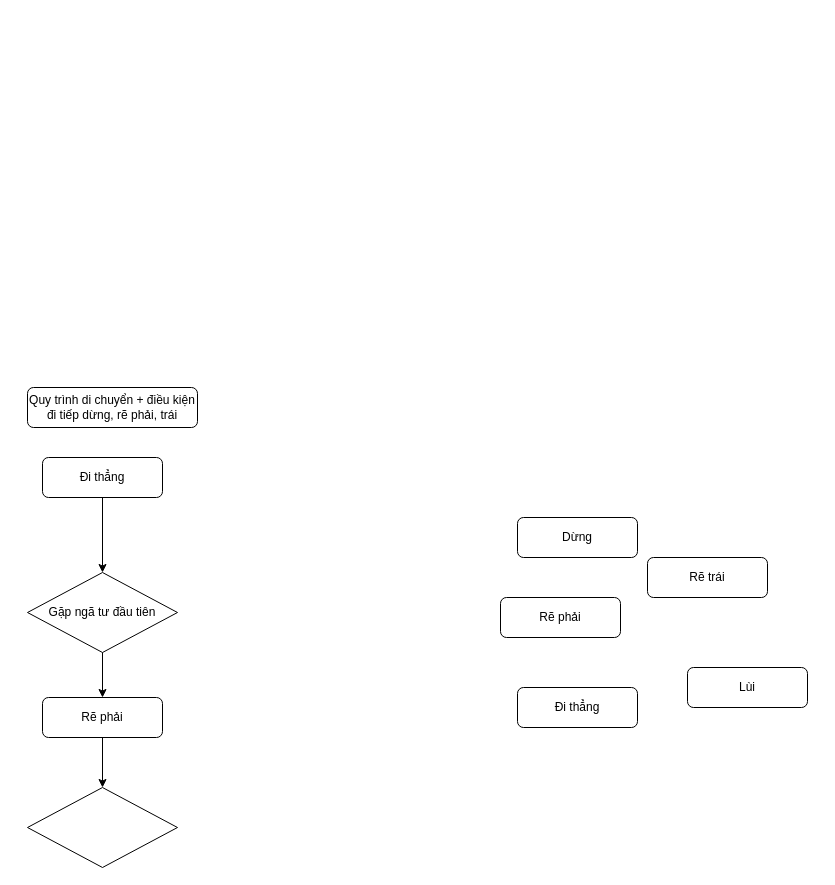
Above: VSAR.drawio in huyca0403/Tran-Duc-Huy (draw.io), before the change. Source tidied: cells renumbered, new cells numbered last; positions are measured from the earlier drawing's top-left corner, leaving out a move shared by most shapes. Both pictures are drawn from the tidied source at 100%, with x=0, y=0 at pixel (27, 387).
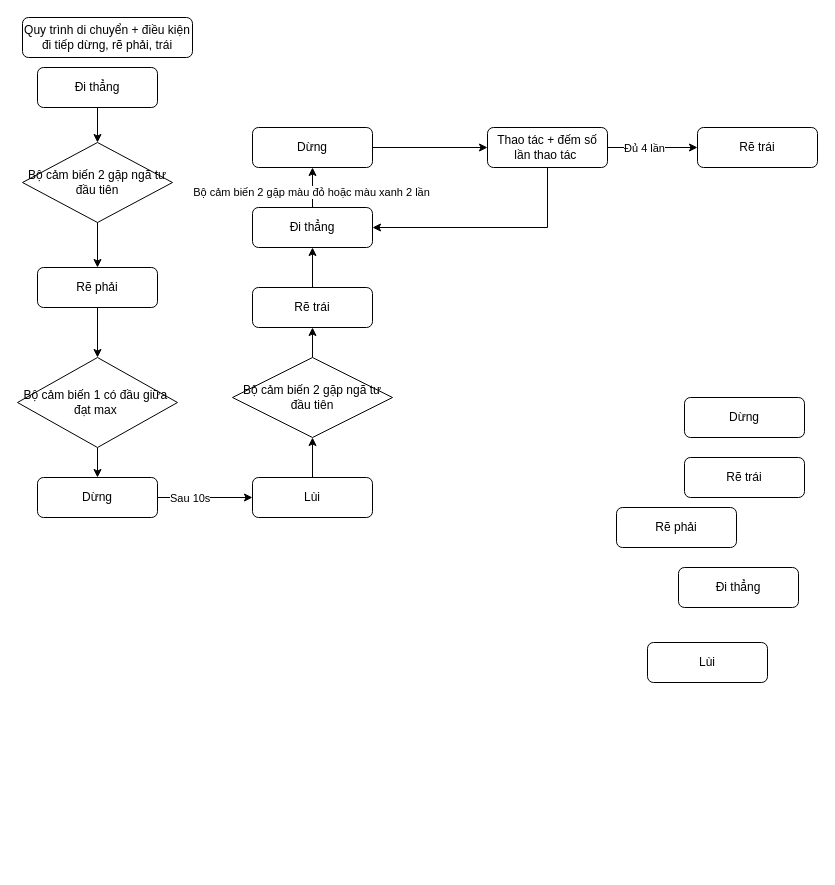
The same page after the edit.

Commit message (it also covers changes not shown here):
Cập nhật VSAR.drawio

Change to the diagram source:
```diff
@@
     <mxCell id="2" value="Quy trình di chuyển + điều kiện đi tiếp dừng, rẽ phải, trái" style="rounded=1;whiteSpace=wrap;html=1;" parent="1" vertex="1">
-      <mxGeometry width="170" height="40" as="geometry" />
+      <mxGeometry x="-5" y="-370" width="170" height="40" as="geometry" />
     </mxCell>
     <mxCell id="3" value="Đi thẳng" style="rounded=1;whiteSpace=wrap;html=1;" parent="1" vertex="1">
-      <mxGeometry x="490" y="300" width="120" height="40" as="geometry" />
+      <mxGeometry x="651" y="180" width="120" height="40" as="geometry" />
     </mxCell>
     <mxCell id="4" value="Rẽ phải" style="rounded=1;whiteSpace=wrap;html=1;" parent="1" vertex="1">
-      <mxGeometry x="473" y="210" width="120" height="40" as="geometry" />
+      <mxGeometry x="589" y="120" width="120" height="40" as="geometry" />
     </mxCell>
     <mxCell id="5" value="Rẽ trái" style="rounded=1;whiteSpace=wrap;html=1;" parent="1" vertex="1">
-      <mxGeometry x="620" y="170" width="120" height="40" as="geometry" />
+      <mxGeometry x="657" y="70" width="120" height="40" as="geometry" />
     </mxCell>
     <mxCell id="6" value="Lùi" style="rounded=1;whiteSpace=wrap;html=1;" parent="1" vertex="1">
-      <mxGeometry x="660" y="280" width="120" height="40" as="geometry" />
+      <mxGeometry x="620" y="255" width="120" height="40" as="geometry" />
     </mxCell>
+    <mxCell id="15" style="edgeStyle=orthogonalEdgeStyle;rounded=0;jettySize=auto;html=1;" parent="1" edge="1" source="7" target="32">
+      <mxGeometry relative="1" as="geometry" />
+    </mxCell>
     <mxCell id="7" value="Dừng" style="rounded=1;whiteSpace=wrap;html=1;" parent="1" vertex="1">
-      <mxGeometry x="490" y="130" width="120" height="40" as="geometry" />
+      <mxGeometry x="225" y="-260" width="120" height="40" as="geometry" />
     </mxCell>
     <mxCell id="8" value="Đi thẳng" style="rounded=1;whiteSpace=wrap;html=1;" parent="1" vertex="1">
-      <mxGeometry x="15" y="70" width="120" height="40" as="geometry" />
+      <mxGeometry x="10" y="-320" width="120" height="40" as="geometry" />
     </mxCell>
-    <mxCell id="9" value="Gặp ngã tư đầu tiên" style="rhombus;whiteSpace=wrap;html=1;" parent="1" vertex="1">
-      <mxGeometry y="185" width="150" height="80" as="geometry" />
+    <mxCell id="9" value="Bộ cảm biến 2 gặp ngã tư đầu tiên" style="rhombus;whiteSpace=wrap;html=1;" parent="1" vertex="1">
+      <mxGeometry x="-5" y="-245" width="150" height="80" as="geometry" />
     </mxCell>
@@
     <mxCell id="11" value="Rẽ phải" style="rounded=1;whiteSpace=wrap;html=1;" parent="1" vertex="1">
-      <mxGeometry x="15" y="310" width="120" height="40" as="geometry" />
+      <mxGeometry x="10" y="-120" width="120" height="40" as="geometry" />
     </mxCell>
@@
+    <mxCell id="16" style="edgeStyle=orthogonalEdgeStyle;rounded=0;jettySize=auto;html=1;" parent="1" edge="1" source="14" target="19">
+      <mxGeometry relative="1" as="geometry" />
+    </mxCell>
-    <mxCell id="14" style="rhombus;whiteSpace=wrap;html=1;" parent="1" vertex="1">
-      <mxGeometry y="400" width="150" height="80" as="geometry" />
+    <mxCell id="14" value="&lt;div style=&quot;&quot;&gt;&lt;span style=&quot;background-color: initial; line-height: 70%;&quot;&gt;Bộ cảm biến 1 có đầu giữa&amp;nbsp; đạt max&amp;nbsp;&lt;/span&gt;&lt;/div&gt;" style="rhombus;whiteSpace=wrap;html=1;align=center;" parent="1" vertex="1">
+      <mxGeometry x="-10" y="-30" width="160" height="90" as="geometry" />
     </mxCell>
+    <mxCell id="17" style="edgeStyle=orthogonalEdgeStyle;rounded=0;jettySize=auto;html=1;" parent="1" edge="1" source="19" target="21">
+      <mxGeometry relative="1" as="geometry" />
+    </mxCell>
+    <mxCell id="18" value="Sau 10s" style="edgeLabel;html=1;align=left;verticalAlign=middle;" parent="17" vertex="1">
+      <mxGeometry x="-0.76" relative="1" as="geometry" />
+    </mxCell>
+    <mxCell id="19" value="Dừng" style="rounded=1;whiteSpace=wrap;html=1;" parent="1" vertex="1">
+      <mxGeometry x="10" y="90" width="120" height="40" as="geometry" />
+    </mxCell>
+    <mxCell id="20" style="edgeStyle=orthogonalEdgeStyle;rounded=0;jettySize=auto;html=1;" parent="1" edge="1" source="21" target="23">
+      <mxGeometry relative="1" as="geometry" />
+    </mxCell>
+    <mxCell id="21" value="Lùi" style="rounded=1;whiteSpace=wrap;html=1;" parent="1" vertex="1">
+      <mxGeometry x="225" y="90" width="120" height="40" as="geometry" />
+    </mxCell>
+    <mxCell id="22" style="edgeStyle=orthogonalEdgeStyle;rounded=0;jettySize=auto;html=1;" parent="1" edge="1" source="23" target="25">
+      <mxGeometry relative="1" as="geometry" />
+    </mxCell>
+    <mxCell id="23" value="Bộ cảm biến 2 gặp ngã tư đầu tiên" style="rhombus;whiteSpace=wrap;html=1;" parent="1" vertex="1">
+      <mxGeometry x="205" y="-30" width="160" height="80" as="geometry" />
+    </mxCell>
+    <mxCell id="24" style="edgeStyle=orthogonalEdgeStyle;rounded=0;jettySize=auto;html=1;" parent="1" edge="1" source="25" target="28">
+      <mxGeometry relative="1" as="geometry" />
+    </mxCell>
+    <mxCell id="25" value="Rẽ trái" style="rounded=1;whiteSpace=wrap;html=1;" parent="1" vertex="1">
+      <mxGeometry x="225" y="-100" width="120" height="40" as="geometry" />
+    </mxCell>
+    <mxCell id="26" style="edgeStyle=orthogonalEdgeStyle;rounded=0;jettySize=auto;html=1;" parent="1" edge="1" source="28" target="7">
+      <mxGeometry relative="1" as="geometry" />
+    </mxCell>
+    <mxCell id="27" value="Bộ cảm biến 2 gặp màu đỏ hoặc màu xanh 2 lần" style="edgeLabel;html=1;align=center;verticalAlign=middle;" parent="26" vertex="1">
+      <mxGeometry x="-0.18" y="2" relative="1" as="geometry" />
+    </mxCell>
+    <mxCell id="28" value="Đi thẳng" style="rounded=1;whiteSpace=wrap;html=1;" parent="1" vertex="1">
+      <mxGeometry x="225" y="-180" width="120" height="40" as="geometry" />
+    </mxCell>
+    <mxCell id="29" style="edgeStyle=orthogonalEdgeStyle;rounded=0;jettySize=auto;html=1;" parent="1" edge="1" source="32" target="28">
+      <mxGeometry relative="1" as="geometry">
+        <Array as="points">
+          <mxPoint x="520" y="-160" />
+        </Array>
+      </mxGeometry>
+    </mxCell>
+    <mxCell id="30" style="edgeStyle=orthogonalEdgeStyle;rounded=0;jettySize=auto;html=1;" parent="1" edge="1" source="32" target="34">
+      <mxGeometry relative="1" as="geometry" />
+    </mxCell>
+    <mxCell id="31" value="Đủ 4 lần" style="edgeLabel;html=1;align=center;verticalAlign=middle;" parent="30" vertex="1">
+      <mxGeometry x="-0.21" relative="1" as="geometry" />
+    </mxCell>
+    <mxCell id="32" value="Thao tác + đếm số lần thao tác&amp;nbsp;" style="rounded=1;whiteSpace=wrap;html=1;" parent="1" vertex="1">
+      <mxGeometry x="460" y="-260" width="120" height="40" as="geometry" />
+    </mxCell>
+    <mxCell id="33" value="Dừng" style="rounded=1;whiteSpace=wrap;html=1;" parent="1" vertex="1">
+      <mxGeometry x="657" y="10" width="120" height="40" as="geometry" />
+    </mxCell>
+    <mxCell id="34" value="Rẽ trái" style="rounded=1;whiteSpace=wrap;html=1;" parent="1" vertex="1">
+      <mxGeometry x="670" y="-260" width="120" height="40" as="geometry" />
+    </mxCell>
```
